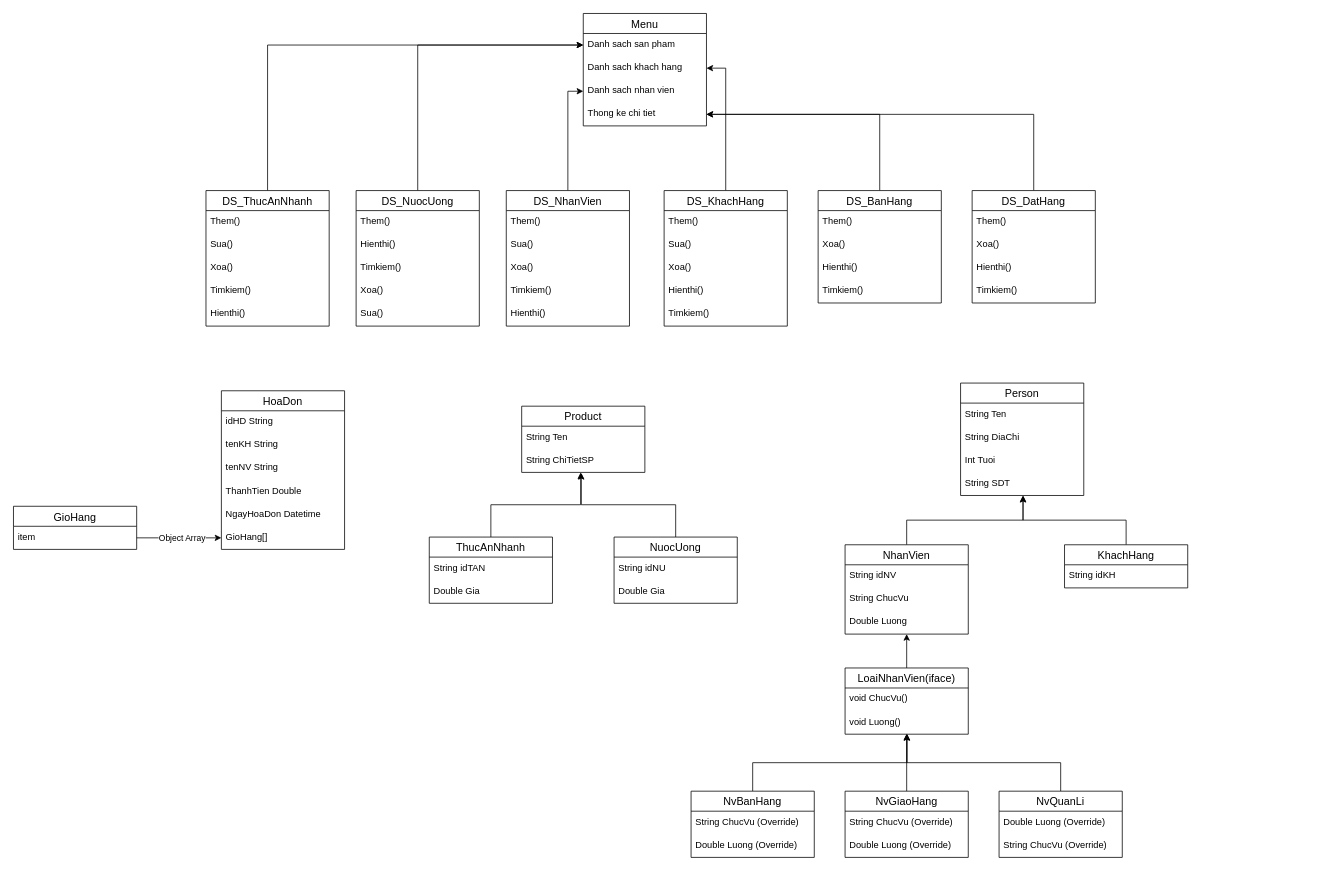
EdgarIgnite16/Fast-food-store-Manager-OOP keeps this draw.io diagram as UMLDiagram.drawio. Above is the earlier version. Source tidied: cells renumbered, new cells numbered last; positions are measured from the earlier drawing's top-left corner, leaving out a move shared by most shapes. Both pictures are drawn from the tidied source at 77%, with x=0, y=0 at pixel (13, 13).
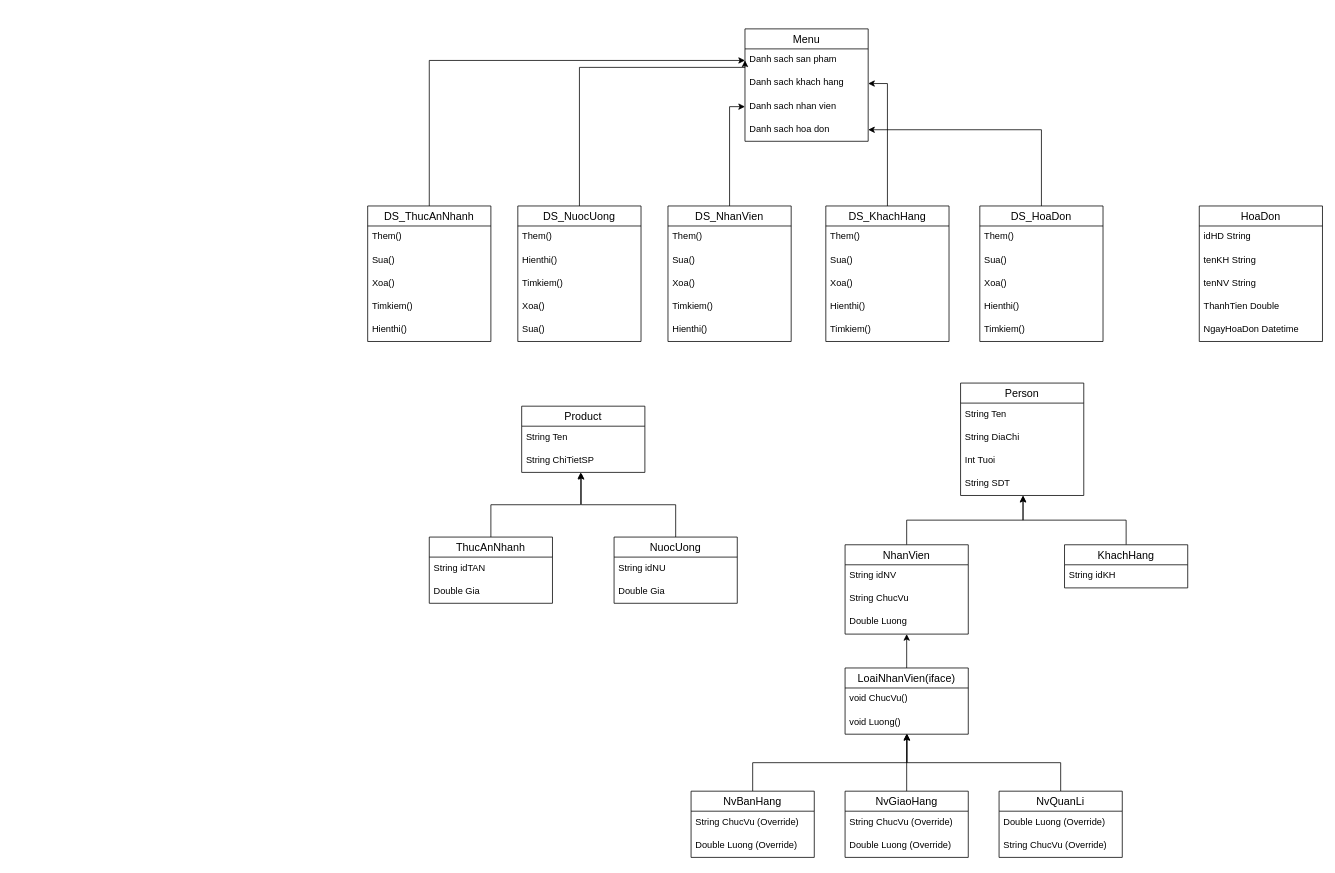
Above is the later version.

The change refers to these unchanged cells:
```xml
<mxCell id="74" value="Danh sach san pham" style="text;strokeColor=none;fillColor=none;spacingLeft=4;spacingRight=4;overflow=hidden;points=[[0,0.5],[1,0.5]];portConstraint=eastwest;fontSize=12;" parent="73" vertex="1">
  <mxGeometry y="26" width="160" height="30" as="geometry" />
</mxCell>
```

Diff of the diagram source:
```diff
@@
     <mxCell id="5" value="HoaDon" style="swimlane;fontStyle=0;horizontal=1;startSize=26;align=center;fontSize=14;" parent="1" vertex="1">
-      <mxGeometry x="270" y="490" width="160" height="206" as="geometry" />
+      <mxGeometry x="1540" y="250" width="160" height="176" as="geometry" />
     </mxCell>
@@
-    <mxCell id="11" value="GioHang[]" style="text;strokeColor=none;fillColor=none;spacingLeft=4;spacingRight=4;overflow=hidden;points=[[0,0.5],[1,0.5]];portConstraint=eastwest;fontSize=12;" parent="5" vertex="1">
-      <mxGeometry y="176" width="160" height="30" as="geometry" />
-    </mxCell>
@@
     <mxCell id="38" value="DS_ThucAnNhanh" style="swimlane;fontStyle=0;horizontal=1;startSize=26;align=center;fontSize=14;" parent="1" vertex="1">
-      <mxGeometry x="250" y="230" width="160" height="176" as="geometry" />
+      <mxGeometry x="460" y="250" width="160" height="176" as="geometry" />
     </mxCell>
@@
     <mxCell id="44" style="edgeStyle=orthogonalEdgeStyle;rounded=0;jettySize=auto;html=1;entryX=0;entryY=0.5;entryDx=0;entryDy=0;" parent="1" edge="1" source="45" target="74">
-      <mxGeometry relative="1" as="geometry" />
+      <mxGeometry relative="1" as="geometry">
+        <Array as="points">
+          <mxPoint x="735" y="70" />
+          <mxPoint x="950" y="70" />
+        </Array>
+      </mxGeometry>
     </mxCell>
     <mxCell id="45" value="DS_NuocUong" style="swimlane;fontStyle=0;horizontal=1;startSize=26;align=center;fontSize=14;" parent="1" vertex="1">
-      <mxGeometry x="445" y="230" width="160" height="176" as="geometry" />
+      <mxGeometry x="655" y="250" width="160" height="176" as="geometry" />
     </mxCell>
@@
     <mxCell id="52" value="DS_NhanVien" style="swimlane;fontStyle=0;horizontal=1;startSize=26;align=center;fontSize=14;" parent="1" vertex="1">
-      <mxGeometry x="640" y="230" width="160" height="176" as="geometry" />
+      <mxGeometry x="850" y="250" width="160" height="176" as="geometry" />
     </mxCell>
@@
     <mxCell id="59" value="DS_KhachHang" style="swimlane;fontStyle=0;horizontal=1;startSize=26;align=center;fontSize=14;" parent="1" vertex="1">
-      <mxGeometry x="845" y="230" width="160" height="176" as="geometry" />
+      <mxGeometry x="1055" y="250" width="160" height="176" as="geometry" />
     </mxCell>
@@
     <mxCell id="73" value="Menu" style="swimlane;fontStyle=0;horizontal=1;startSize=26;align=center;fontSize=14;" parent="1" vertex="1">
-      <mxGeometry x="740" width="160" height="146" as="geometry" />
+      <mxGeometry x="950" y="20" width="160" height="146" as="geometry" />
     </mxCell>
@@
-    <mxCell id="77" value="Thong ke chi tiet" style="text;strokeColor=none;fillColor=none;spacingLeft=4;spacingRight=4;overflow=hidden;points=[[0,0.5],[1,0.5]];portConstraint=eastwest;fontSize=12;" parent="73" vertex="1">
+    <mxCell id="77" value="Danh sach hoa don" style="text;strokeColor=none;fillColor=none;spacingLeft=4;spacingRight=4;overflow=hidden;points=[[0,0.5],[1,0.5]];portConstraint=eastwest;fontSize=12;" parent="73" vertex="1">
       <mxGeometry y="116" width="160" height="30" as="geometry" />
     </mxCell>
@@
     <mxCell id="82" style="edgeStyle=orthogonalEdgeStyle;rounded=0;jettySize=auto;html=1;" parent="1" edge="1" source="83" target="77">
-      <mxGeometry relative="1" as="geometry" />
+      <mxGeometry relative="1" as="geometry">
+        <Array as="points">
+          <mxPoint x="1335" y="151" />
+        </Array>
+      </mxGeometry>
     </mxCell>
-    <mxCell id="83" value="DS_BanHang" style="swimlane;fontStyle=0;horizontal=1;startSize=26;align=center;fontSize=14;" parent="1" vertex="1">
-      <mxGeometry x="1045" y="230" width="160" height="146" as="geometry" />
+    <mxCell id="83" value="DS_HoaDon" style="swimlane;fontStyle=0;horizontal=1;startSize=26;align=center;fontSize=14;" parent="1" vertex="1">
+      <mxGeometry x="1255" y="250" width="160" height="176" as="geometry" />
     </mxCell>
@@
+    <mxCell id="97" value="Sua()" style="text;strokeColor=none;fillColor=none;spacingLeft=4;spacingRight=4;overflow=hidden;fontSize=12;" parent="83" vertex="1">
+      <mxGeometry y="56" width="160" height="30" as="geometry" />
+    </mxCell>
     <mxCell id="85" value="Xoa()" style="text;strokeColor=none;fillColor=none;spacingLeft=4;spacingRight=4;overflow=hidden;fontSize=12;" parent="83" vertex="1">
-      <mxGeometry y="56" width="160" height="30" as="geometry" />
+      <mxGeometry y="86" width="160" height="30" as="geometry" />
     </mxCell>
     <mxCell id="86" value="Hienthi()" style="text;strokeColor=none;fillColor=none;spacingLeft=4;spacingRight=4;overflow=hidden;fontSize=12;" parent="83" vertex="1">
-      <mxGeometry y="86" width="160" height="30" as="geometry" />
+      <mxGeometry y="116" width="160" height="30" as="geometry" />
     </mxCell>
     <mxCell id="87" value="Timkiem()" style="text;strokeColor=none;fillColor=none;spacingLeft=4;spacingRight=4;overflow=hidden;fontSize=12;" parent="83" vertex="1">
-      <mxGeometry y="116" width="160" height="30" as="geometry" />
+      <mxGeometry y="146" width="160" height="30" as="geometry" />
     </mxCell>
-    <mxCell id="88" style="edgeStyle=orthogonalEdgeStyle;rounded=0;jettySize=auto;html=1;" parent="1" edge="1" source="89" target="77">
-      <mxGeometry relative="1" as="geometry" />
-    </mxCell>
-    <mxCell id="89" value="DS_DatHang" style="swimlane;fontStyle=0;horizontal=1;startSize=26;align=center;fontSize=14;" parent="1" vertex="1">
-      <mxGeometry x="1245" y="230" width="160" height="146" as="geometry" />
-    </mxCell>
-    <mxCell id="90" value="Them()" style="text;strokeColor=none;fillColor=none;spacingLeft=4;spacingRight=4;overflow=hidden;fontSize=12;" parent="89" vertex="1">
-      <mxGeometry y="26" width="160" height="30" as="geometry" />
-    </mxCell>
-    <mxCell id="91" value="Xoa()" style="text;strokeColor=none;fillColor=none;spacingLeft=4;spacingRight=4;overflow=hidden;fontSize=12;" parent="89" vertex="1">
-      <mxGeometry y="56" width="160" height="30" as="geometry" />
-    </mxCell>
-    <mxCell id="92" value="Hienthi()" style="text;strokeColor=none;fillColor=none;spacingLeft=4;spacingRight=4;overflow=hidden;fontSize=12;" parent="89" vertex="1">
-      <mxGeometry y="86" width="160" height="30" as="geometry" />
-    </mxCell>
-    <mxCell id="93" value="Timkiem()" style="text;strokeColor=none;fillColor=none;spacingLeft=4;spacingRight=4;overflow=hidden;fontSize=12;" parent="89" vertex="1">
-      <mxGeometry y="116" width="160" height="30" as="geometry" />
-    </mxCell>
-    <mxCell id="94" value="Object Array" style="edgeStyle=orthogonalEdgeStyle;rounded=0;jettySize=auto;html=1;entryX=0;entryY=0.5;entryDx=0;entryDy=0;" parent="1" edge="1" source="96" target="11">
-      <mxGeometry x="0.07" relative="1" as="geometry" />
-    </mxCell>
-    <mxCell id="95" value="GioHang" style="swimlane;fontStyle=0;horizontal=1;startSize=26;align=center;fontSize=14;" parent="1" vertex="1">
-      <mxGeometry y="640" width="160" height="56" as="geometry" />
-    </mxCell>
-    <mxCell id="96" value="item" style="text;strokeColor=none;fillColor=none;spacingLeft=4;spacingRight=4;overflow=hidden;points=[[0,0.5],[1,0.5]];portConstraint=eastwest;fontSize=12;" parent="95" vertex="1">
-      <mxGeometry y="26" width="160" height="30" as="geometry" />
-    </mxCell>
```
